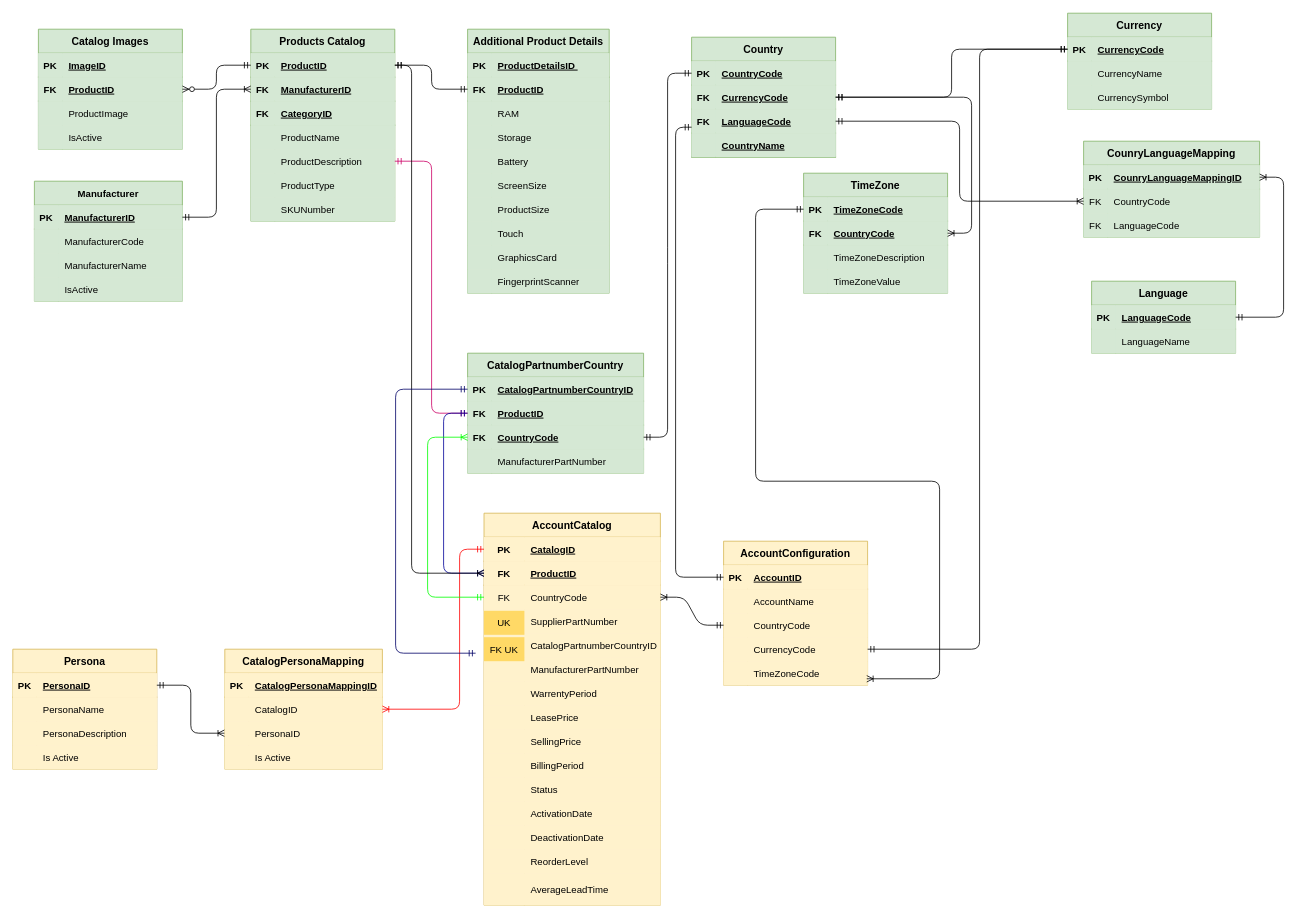
bgunupati/DrawIO keeps this draw.io diagram as Drawings/MasterCatalogDesign.drawio. Above is the earlier version. Source tidied: cells renumbered, new cells numbered last; positions are measured from the earlier drawing's top-left corner, leaving out a move shared by most shapes. Both pictures are drawn from the tidied source at 80%, with x=0, y=0 at pixel (13, 13).
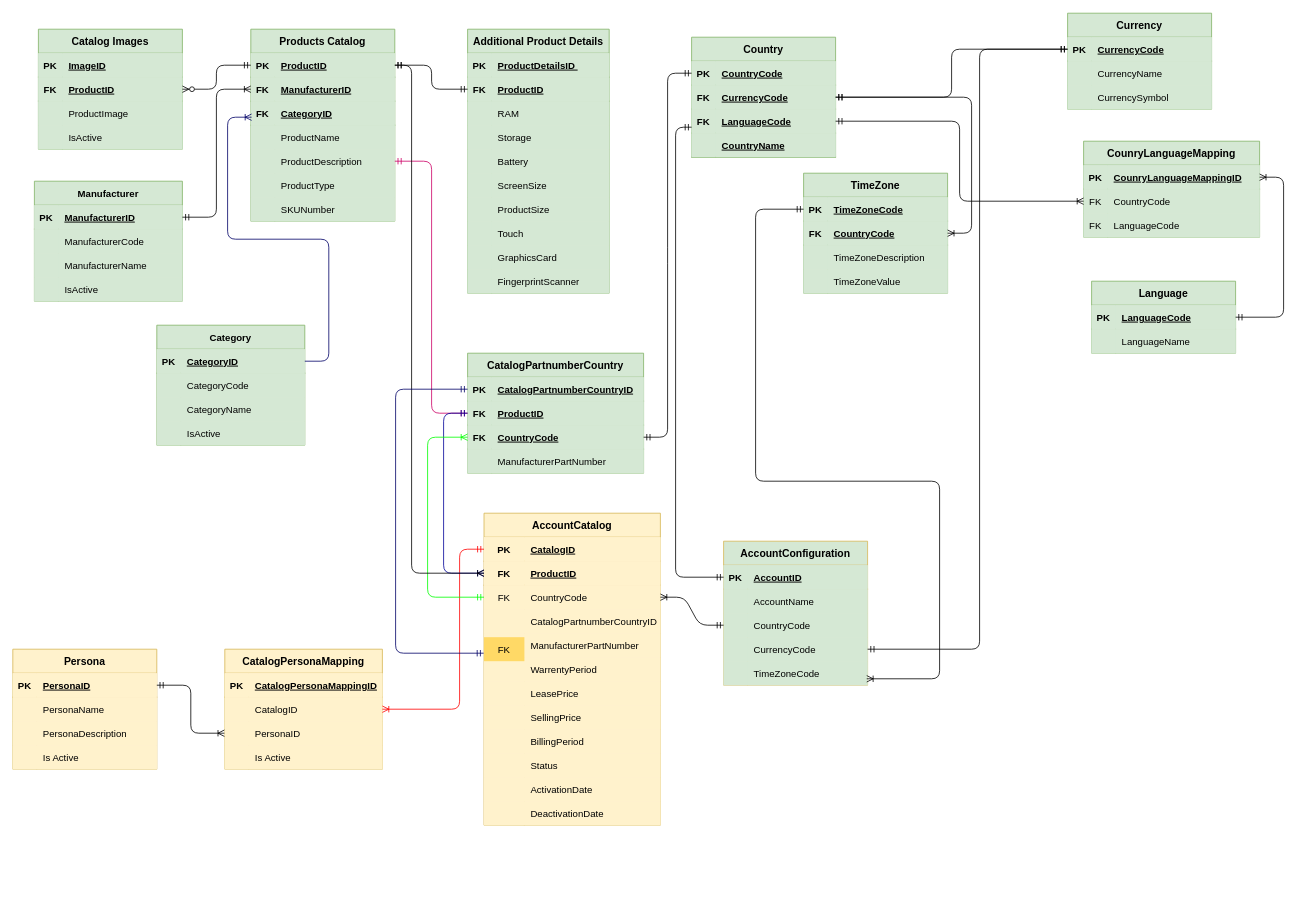
Above is the later version.

Unchanged cells that the change refers to:
```xml
<mxCell id="115" style="shape=partialRectangle;fillColor=#d5e8d4;top=0;left=0;bottom=1;right=0;points=[[0,0.5],[1,0.5]];portConstraint=eastwest;strokeColor=#82b366;" parent="114" vertex="1">
  <mxGeometry y="30" width="220" height="30" as="geometry" />
</mxCell>
```

Diff of the diagram source:
```diff
@@
     <mxCell id="129" value="AccountCatalog" style="shape=table;startSize=30;childLayout=tableLayout;rowLines=0;fontStyle=1;align=center;fillColor=#fff2cc;strokeColor=#d6b656;fontSize=13;" parent="1" vertex="1">
-      <mxGeometry x="588.5" y="625" width="220.5" height="490" as="geometry" />
+      <mxGeometry x="588.5" y="625" width="220.5" height="390" as="geometry" />
     </mxCell>
@@
-    <mxCell id="139" style="shape=partialRectangle;fillColor=#fff2cc;top=0;left=0;bottom=0;right=0;strokeColor=#d6b656;" parent="129" vertex="1">
-      <mxGeometry y="120" width="220.5" height="30" as="geometry" />
-    </mxCell>
-    <mxCell id="140" style="shape=partialRectangle;fillColor=#fff2cc;top=0;left=0;bottom=0;right=0;overflow=hidden;strokeColor=#d6b656;" parent="139" vertex="1">
-      <mxGeometry width="50.5" height="30" as="geometry" />
-    </mxCell>
-    <mxCell id="141" value="SupplierPartNumber" style="shape=partialRectangle;fillColor=#fff2cc;top=0;left=0;bottom=0;right=0;align=left;spacingLeft=6;overflow=hidden;strokeColor=#d6b656;" parent="139" vertex="1">
-      <mxGeometry x="50.5" width="170" height="30" as="geometry" />
-    </mxCell>
     <mxCell id="142" style="shape=partialRectangle;fillColor=#fff2cc;top=0;left=0;bottom=0;right=0;strokeColor=#d6b656;" parent="129" vertex="1">
-      <mxGeometry y="150" width="220.5" height="30" as="geometry" />
+      <mxGeometry y="120" width="220.5" height="30" as="geometry" />
     </mxCell>
@@
     <mxCell id="145" style="shape=partialRectangle;fillColor=#fff2cc;top=0;left=0;bottom=0;right=0;strokeColor=#d6b656;" parent="129" vertex="1">
-      <mxGeometry y="180" width="220.5" height="30" as="geometry" />
+      <mxGeometry y="150" width="220.5" height="30" as="geometry" />
     </mxCell>
@@
     <mxCell id="148" style="shape=partialRectangle;fillColor=#fff2cc;top=0;left=0;bottom=0;right=0;strokeColor=#d6b656;" parent="129" vertex="1">
-      <mxGeometry y="210" width="220.5" height="30" as="geometry" />
+      <mxGeometry y="180" width="220.5" height="30" as="geometry" />
     </mxCell>
@@
     <mxCell id="151" style="shape=partialRectangle;fillColor=#fff2cc;top=0;left=0;bottom=0;right=0;strokeColor=#d6b656;" parent="129" vertex="1">
-      <mxGeometry y="240" width="220.5" height="30" as="geometry" />
+      <mxGeometry y="210" width="220.5" height="30" as="geometry" />
     </mxCell>
@@
     <mxCell id="154" style="shape=partialRectangle;fillColor=#fff2cc;top=0;left=0;bottom=0;right=0;strokeColor=#d6b656;" parent="129" vertex="1">
-      <mxGeometry y="270" width="220.5" height="30" as="geometry" />
+      <mxGeometry y="240" width="220.5" height="30" as="geometry" />
     </mxCell>
@@
     <mxCell id="157" style="shape=partialRectangle;fillColor=#fff2cc;top=0;left=0;bottom=0;right=0;strokeColor=#d6b656;" parent="129" vertex="1">
-      <mxGeometry y="300" width="220.5" height="30" as="geometry" />
+      <mxGeometry y="270" width="220.5" height="30" as="geometry" />
     </mxCell>
@@
     <mxCell id="160" style="shape=partialRectangle;fillColor=#fff2cc;top=0;left=0;bottom=0;right=0;strokeColor=#d6b656;" parent="129" vertex="1">
-      <mxGeometry y="330" width="220.5" height="30" as="geometry" />
+      <mxGeometry y="300" width="220.5" height="30" as="geometry" />
     </mxCell>
@@
     <mxCell id="163" style="shape=partialRectangle;fillColor=#fff2cc;top=0;left=0;bottom=0;right=0;strokeColor=#d6b656;" parent="129" vertex="1">
-      <mxGeometry y="360" width="220.5" height="30" as="geometry" />
+      <mxGeometry y="330" width="220.5" height="30" as="geometry" />
     </mxCell>
@@
     <mxCell id="166" style="shape=partialRectangle;fillColor=#fff2cc;top=0;left=0;bottom=0;right=0;strokeColor=#d6b656;" parent="129" vertex="1">
-      <mxGeometry y="390" width="220.5" height="30" as="geometry" />
+      <mxGeometry y="360" width="220.5" height="30" as="geometry" />
     </mxCell>
@@
-    <mxCell id="169" style="shape=partialRectangle;fillColor=#fff2cc;top=0;left=0;bottom=0;right=0;strokeColor=#d6b656;" parent="129" vertex="1">
-      <mxGeometry y="420" width="220.5" height="30" as="geometry" />
-    </mxCell>
-    <mxCell id="170" style="shape=partialRectangle;fillColor=#fff2cc;top=0;left=0;bottom=0;right=0;overflow=hidden;strokeColor=#d6b656;" parent="169" vertex="1">
-      <mxGeometry width="50.5" height="30" as="geometry" />
-    </mxCell>
-    <mxCell id="171" value="ReorderLevel" style="shape=partialRectangle;fillColor=#fff2cc;top=0;left=0;bottom=0;right=0;align=left;spacingLeft=6;overflow=hidden;strokeColor=#d6b656;" parent="169" vertex="1">
-      <mxGeometry x="50.5" width="170" height="30" as="geometry" />
-    </mxCell>
-    <mxCell id="172" style="shape=partialRectangle;fillColor=#fff2cc;top=0;left=0;bottom=0;right=0;strokeColor=#d6b656;" parent="129" vertex="1">
-      <mxGeometry y="450" width="220.5" height="40" as="geometry" />
-    </mxCell>
-    <mxCell id="173" style="shape=partialRectangle;fillColor=#fff2cc;top=0;left=0;bottom=0;right=0;overflow=hidden;strokeColor=#d6b656;" parent="172" vertex="1">
-      <mxGeometry width="50.5" height="40" as="geometry" />
-    </mxCell>
-    <mxCell id="174" value="AverageLeadTime" style="shape=partialRectangle;fillColor=#fff2cc;top=0;left=0;bottom=0;right=0;align=left;spacingLeft=6;overflow=hidden;strokeColor=#d6b656;" parent="172" vertex="1">
-      <mxGeometry x="50.5" width="170" height="40" as="geometry" />
-    </mxCell>
@@
-    <mxCell id="231" value="AccountConfiguration" style="shape=table;startSize=30;childLayout=tableLayout;rowLines=0;fontStyle=1;align=center;fillColor=#fff2cc;strokeColor=#d6b656;fontSize=13;" parent="1" vertex="1">
+    <mxCell id="231" value="AccountConfiguration" style="shape=table;startSize=30;childLayout=tableLayout;rowLines=0;fontStyle=1;align=center;fillColor=#D5E8D4;strokeColor=#d6b656;fontSize=13;" parent="1" vertex="1">
       <mxGeometry x="888" y="660" width="180" height="180" as="geometry" />
     </mxCell>
-    <mxCell id="232" style="shape=partialRectangle;fillColor=#fff2cc;top=0;left=0;bottom=1;right=0;points=[[0,0.5],[1,0.5]];portConstraint=eastwest;strokeColor=#d6b656;" parent="231" vertex="1">
+    <mxCell id="232" style="shape=partialRectangle;fillColor=#D5E8D4;top=0;left=0;bottom=1;right=0;points=[[0,0.5],[1,0.5]];portConstraint=eastwest;strokeColor=#d6b656;" parent="231" vertex="1">
       <mxGeometry y="30" width="180" height="30" as="geometry" />
     </mxCell>
-    <mxCell id="233" value="PK" style="shape=partialRectangle;fillColor=#fff2cc;top=0;left=0;bottom=0;right=0;fontStyle=1;overflow=hidden;strokeColor=#d6b656;" parent="232" vertex="1">
+    <mxCell id="233" value="PK" style="shape=partialRectangle;fillColor=#D5E8D4;top=0;left=0;bottom=0;right=0;fontStyle=1;overflow=hidden;strokeColor=#d6b656;" parent="232" vertex="1">
       <mxGeometry width="30" height="30" as="geometry" />
     </mxCell>
-    <mxCell id="234" value="AccountID" style="shape=partialRectangle;fillColor=#fff2cc;top=0;left=0;bottom=0;right=0;align=left;spacingLeft=6;fontStyle=5;overflow=hidden;strokeColor=#d6b656;" parent="232" vertex="1">
+    <mxCell id="234" value="AccountID" style="shape=partialRectangle;fillColor=#D5E8D4;top=0;left=0;bottom=0;right=0;align=left;spacingLeft=6;fontStyle=5;overflow=hidden;strokeColor=#d6b656;" parent="232" vertex="1">
       <mxGeometry x="30" width="150" height="30" as="geometry" />
     </mxCell>
-    <mxCell id="235" style="shape=partialRectangle;fillColor=#fff2cc;top=0;left=0;bottom=0;right=0;strokeColor=#d6b656;" parent="231" vertex="1">
+    <mxCell id="235" style="shape=partialRectangle;fillColor=#D5E8D4;top=0;left=0;bottom=0;right=0;strokeColor=#d6b656;" parent="231" vertex="1">
       <mxGeometry y="60" width="180" height="30" as="geometry" />
     </mxCell>
-    <mxCell id="236" style="shape=partialRectangle;fillColor=#fff2cc;top=0;left=0;bottom=0;right=0;overflow=hidden;strokeColor=#d6b656;" parent="235" vertex="1">
+    <mxCell id="236" style="shape=partialRectangle;fillColor=#D5E8D4;top=0;left=0;bottom=0;right=0;overflow=hidden;strokeColor=#d6b656;" parent="235" vertex="1">
       <mxGeometry width="30" height="30" as="geometry" />
     </mxCell>
-    <mxCell id="237" value="AccountName" style="shape=partialRectangle;fillColor=#fff2cc;top=0;left=0;bottom=0;right=0;align=left;spacingLeft=6;overflow=hidden;strokeColor=#d6b656;" parent="235" vertex="1">
+    <mxCell id="237" value="AccountName" style="shape=partialRectangle;fillColor=#D5E8D4;top=0;left=0;bottom=0;right=0;align=left;spacingLeft=6;overflow=hidden;strokeColor=#d6b656;" parent="235" vertex="1">
       <mxGeometry x="30" width="150" height="30" as="geometry" />
     </mxCell>
-    <mxCell id="238" style="shape=partialRectangle;fillColor=#fff2cc;top=0;left=0;bottom=0;right=0;points=[[0,0.5],[1,0.5]];portConstraint=eastwest;strokeColor=#d6b656;" parent="231" vertex="1">
+    <mxCell id="238" style="shape=partialRectangle;fillColor=#D5E8D4;top=0;left=0;bottom=0;right=0;points=[[0,0.5],[1,0.5]];portConstraint=eastwest;strokeColor=#d6b656;" parent="231" vertex="1">
       <mxGeometry y="90" width="180" height="30" as="geometry" />
     </mxCell>
-    <mxCell id="239" style="shape=partialRectangle;fillColor=#fff2cc;top=0;left=0;bottom=0;right=0;overflow=hidden;strokeColor=#d6b656;" parent="238" vertex="1">
+    <mxCell id="239" style="shape=partialRectangle;fillColor=#D5E8D4;top=0;left=0;bottom=0;right=0;overflow=hidden;strokeColor=#d6b656;" parent="238" vertex="1">
       <mxGeometry width="30" height="30" as="geometry" />
     </mxCell>
-    <mxCell id="240" value="CountryCode" style="shape=partialRectangle;fillColor=#fff2cc;top=0;left=0;bottom=0;right=0;align=left;spacingLeft=6;overflow=hidden;strokeColor=#d6b656;" parent="238" vertex="1">
+    <mxCell id="240" value="CountryCode" style="shape=partialRectangle;fillColor=#D5E8D4;top=0;left=0;bottom=0;right=0;align=left;spacingLeft=6;overflow=hidden;strokeColor=#d6b656;" parent="238" vertex="1">
       <mxGeometry x="30" width="150" height="30" as="geometry" />
     </mxCell>
-    <mxCell id="241" style="shape=partialRectangle;fillColor=#fff2cc;top=0;left=0;bottom=0;right=0;strokeColor=#d6b656;" parent="231" vertex="1">
+    <mxCell id="241" style="shape=partialRectangle;fillColor=#D5E8D4;top=0;left=0;bottom=0;right=0;strokeColor=#d6b656;" parent="231" vertex="1">
       <mxGeometry y="120" width="180" height="30" as="geometry" />
     </mxCell>
-    <mxCell id="242" style="shape=partialRectangle;fillColor=#fff2cc;top=0;left=0;bottom=0;right=0;overflow=hidden;strokeColor=#d6b656;" parent="241" vertex="1">
+    <mxCell id="242" style="shape=partialRectangle;fillColor=#D5E8D4;top=0;left=0;bottom=0;right=0;overflow=hidden;strokeColor=#d6b656;" parent="241" vertex="1">
       <mxGeometry width="30" height="30" as="geometry" />
     </mxCell>
-    <mxCell id="243" value="CurrencyCode" style="shape=partialRectangle;fillColor=#fff2cc;top=0;left=0;bottom=0;right=0;align=left;spacingLeft=6;overflow=hidden;strokeColor=#d6b656;" parent="241" vertex="1">
+    <mxCell id="243" value="CurrencyCode" style="shape=partialRectangle;fillColor=#D5E8D4;top=0;left=0;bottom=0;right=0;align=left;spacingLeft=6;overflow=hidden;strokeColor=#d6b656;" parent="241" vertex="1">
       <mxGeometry x="30" width="150" height="30" as="geometry" />
     </mxCell>
-    <mxCell id="244" style="shape=partialRectangle;fillColor=#fff2cc;top=0;left=0;bottom=0;right=0;points=[[0,0.5],[1,0.5]];portConstraint=eastwest;strokeColor=#d6b656;" parent="231" vertex="1">
+    <mxCell id="244" style="shape=partialRectangle;fillColor=#D5E8D4;top=0;left=0;bottom=0;right=0;points=[[0,0.5],[1,0.5]];portConstraint=eastwest;strokeColor=#d6b656;" parent="231" vertex="1">
       <mxGeometry y="150" width="180" height="30" as="geometry" />
     </mxCell>
-    <mxCell id="245" style="shape=partialRectangle;fillColor=#fff2cc;top=0;left=0;bottom=0;right=0;overflow=hidden;strokeColor=#d6b656;" parent="244" vertex="1">
+    <mxCell id="245" style="shape=partialRectangle;fillColor=#D5E8D4;top=0;left=0;bottom=0;right=0;overflow=hidden;strokeColor=#d6b656;" parent="244" vertex="1">
       <mxGeometry width="30" height="30" as="geometry" />
     </mxCell>
-    <mxCell id="246" value="TimeZoneCode" style="shape=partialRectangle;fillColor=#fff2cc;top=0;left=0;bottom=0;right=0;align=left;spacingLeft=6;overflow=hidden;strokeColor=#d6b656;" parent="244" vertex="1">
+    <mxCell id="246" value="TimeZoneCode" style="shape=partialRectangle;fillColor=#D5E8D4;top=0;left=0;bottom=0;right=0;align=left;spacingLeft=6;overflow=hidden;strokeColor=#d6b656;" parent="244" vertex="1">
       <mxGeometry x="30" width="150" height="30" as="geometry" />
     </mxCell>
@@
     <mxCell id="253" style="edgeStyle=elbowEdgeStyle;fontSize=12;html=1;endArrow=ERmandOne;startArrow=ERmandOne;entryX=0;entryY=0.5;entryDx=0;entryDy=0;strokeColor=#000066;" parent="1" edge="1" target="115">
       <mxGeometry relative="1" as="geometry">
-        <mxPoint x="578" y="800" as="sourcePoint" />
+        <mxPoint x="588" y="800" as="sourcePoint" />
         <Array as="points">
           <mxPoint x="478" y="810" />
         </Array>
       </mxGeometry>
     </mxCell>
-    <mxCell id="254" value="UK" style="shape=partialRectangle;fillColor=#FFD966;top=0;left=0;bottom=0;right=0;overflow=hidden;strokeColor=#d6b656;shadow=0;" parent="1" vertex="1">
-      <mxGeometry x="588.5" y="747" width="50.5" height="30" as="geometry" />
-    </mxCell>
-    <mxCell id="255" value="FK UK" style="shape=partialRectangle;fillColor=#FFD966;top=0;left=0;bottom=0;right=0;overflow=hidden;strokeColor=#d6b656;shadow=0;" parent="1" vertex="1">
+    <mxCell id="255" value="FK" style="shape=partialRectangle;fillColor=#FFD966;top=0;left=0;bottom=0;right=0;overflow=hidden;strokeColor=#d6b656;shadow=0;" parent="1" vertex="1">
       <mxGeometry x="588.5" y="780" width="50.5" height="30" as="geometry" />
     </mxCell>
+    <mxCell id="256" value="Category" style="shape=table;startSize=30;childLayout=tableLayout;rowLines=0;fontStyle=1;align=center;fillColor=#d5e8d4;strokeColor=#82b366;" parent="1" vertex="1">
+      <mxGeometry x="179.5" y="390" width="185" height="150" as="geometry" />
+    </mxCell>
+    <mxCell id="257" style="shape=partialRectangle;fillColor=#d5e8d4;top=0;left=0;bottom=1;right=0;points=[[0,0.5],[1,0.5]];portConstraint=eastwest;strokeColor=#82b366;" parent="256" vertex="1">
+      <mxGeometry y="30" width="185" height="30" as="geometry" />
+    </mxCell>
+    <mxCell id="258" value="PK" style="shape=partialRectangle;fillColor=#d5e8d4;top=0;left=0;bottom=0;right=0;fontStyle=1;overflow=hidden;strokeColor=#82b366;" parent="257" vertex="1">
+      <mxGeometry width="30" height="30" as="geometry" />
+    </mxCell>
+    <mxCell id="259" value="CategoryID" style="shape=partialRectangle;fillColor=#d5e8d4;top=0;left=0;bottom=0;right=0;align=left;spacingLeft=6;fontStyle=5;overflow=hidden;strokeColor=#82b366;" parent="257" vertex="1">
+      <mxGeometry x="30" width="155" height="30" as="geometry" />
+    </mxCell>
+    <mxCell id="260" style="shape=partialRectangle;fillColor=#d5e8d4;top=0;left=0;bottom=0;right=0;strokeColor=#82b366;" parent="256" vertex="1">
+      <mxGeometry y="60" width="185" height="30" as="geometry" />
+    </mxCell>
+    <mxCell id="261" style="shape=partialRectangle;fillColor=#d5e8d4;top=0;left=0;bottom=0;right=0;overflow=hidden;strokeColor=#82b366;" parent="260" vertex="1">
+      <mxGeometry width="30" height="30" as="geometry" />
+    </mxCell>
+    <mxCell id="262" value="CategoryCode" style="shape=partialRectangle;fillColor=#d5e8d4;top=0;left=0;bottom=0;right=0;align=left;spacingLeft=6;overflow=hidden;strokeColor=#82b366;" parent="260" vertex="1">
+      <mxGeometry x="30" width="155" height="30" as="geometry" />
+    </mxCell>
+    <mxCell id="263" style="shape=partialRectangle;fillColor=#d5e8d4;top=0;left=0;bottom=0;right=0;strokeColor=#82b366;" parent="256" vertex="1">
+      <mxGeometry y="90" width="185" height="30" as="geometry" />
+    </mxCell>
+    <mxCell id="264" style="shape=partialRectangle;fillColor=#d5e8d4;top=0;left=0;bottom=0;right=0;overflow=hidden;strokeColor=#82b366;" parent="263" vertex="1">
+      <mxGeometry width="30" height="30" as="geometry" />
+    </mxCell>
+    <mxCell id="265" value="CategoryName" style="shape=partialRectangle;fillColor=#d5e8d4;top=0;left=0;bottom=0;right=0;align=left;spacingLeft=6;overflow=hidden;strokeColor=#82b366;" parent="263" vertex="1">
+      <mxGeometry x="30" width="155" height="30" as="geometry" />
+    </mxCell>
+    <mxCell id="266" style="shape=partialRectangle;fillColor=#d5e8d4;top=0;left=0;bottom=0;right=0;strokeColor=#82b366;" parent="256" vertex="1">
+      <mxGeometry y="120" width="185" height="30" as="geometry" />
+    </mxCell>
+    <mxCell id="267" style="shape=partialRectangle;fillColor=#d5e8d4;top=0;left=0;bottom=0;right=0;overflow=hidden;strokeColor=#82b366;" parent="266" vertex="1">
+      <mxGeometry width="30" height="30" as="geometry" />
+    </mxCell>
+    <mxCell id="268" value="IsActive" style="shape=partialRectangle;fillColor=#d5e8d4;top=0;left=0;bottom=0;right=0;align=left;spacingLeft=6;overflow=hidden;strokeColor=#82b366;" parent="266" vertex="1">
+      <mxGeometry x="30" width="155" height="30" as="geometry" />
+    </mxCell>
+    <mxCell id="269" style="edgeStyle=entityRelationEdgeStyle;fontSize=12;html=1;endArrow=ERoneToMany;strokeColor=#000066;exitX=1;exitY=0.5;exitDx=0;exitDy=0;" parent="1" edge="1" source="257">
+      <mxGeometry relative="1" as="geometry">
+        <mxPoint x="298" y="130" as="targetPoint" />
+      </mxGeometry>
+    </mxCell>
```
